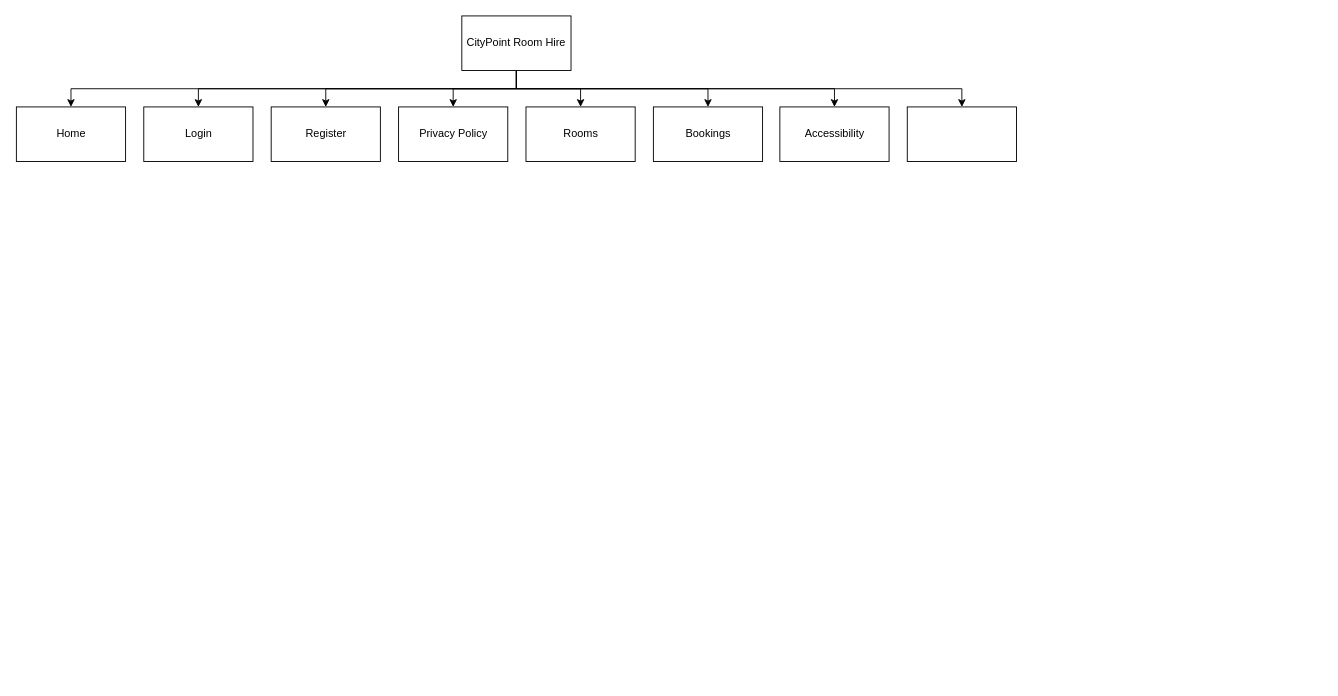
Above: Task 1b/sitemap.drawio in demarcodavinci/mockexamjan (draw.io), before the change. Source tidied: cells renumbered, new cells numbered last; positions are measured from the earlier drawing's top-left corner, leaving out a move shared by most shapes. Both pictures are drawn from the tidied source at 91%, with x=0, y=0 at pixel (16, 15).
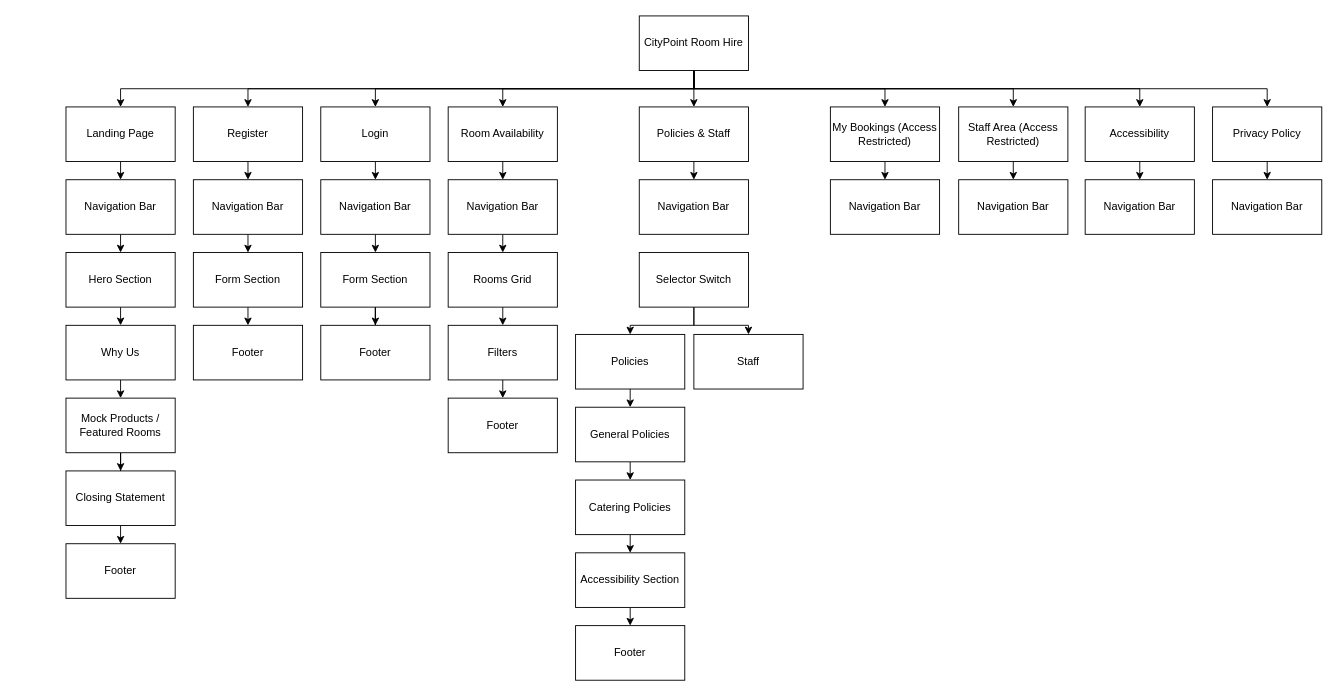
The same page after the edit.

The edit, as a diff of the source:
```diff
@@
-    <mxCell id="3" style="edgeStyle=orthogonalEdgeStyle;rounded=0;jettySize=auto;html=1;exitX=0.5;exitY=1;exitDx=0;exitDy=0;" parent="1" edge="1" source="10" target="12">
-      <mxGeometry relative="1" as="geometry" />
-    </mxCell>
@@
+    <mxCell id="19" style="edgeStyle=orthogonalEdgeStyle;rounded=0;jettySize=auto;html=1;exitX=0.5;exitY=1;exitDx=0;exitDy=0;entryX=0.5;entryY=0;entryDx=0;entryDy=0;" parent="1" edge="1" source="10" target="29">
+      <mxGeometry relative="1" as="geometry" />
+    </mxCell>
+    <mxCell id="20" style="edgeStyle=orthogonalEdgeStyle;rounded=0;jettySize=auto;html=1;exitX=0.5;exitY=1;exitDx=0;exitDy=0;" parent="1" edge="1" source="10" target="31">
+      <mxGeometry relative="1" as="geometry" />
+    </mxCell>
     <mxCell id="10" value="CityPoint Room Hire" style="rounded=0;whiteSpace=wrap;html=1;" parent="1" vertex="1">
-      <mxGeometry x="489" width="120" height="60" as="geometry" />
+      <mxGeometry x="684" width="120" height="60" as="geometry" />
     </mxCell>
+    <mxCell id="21" style="edgeStyle=orthogonalEdgeStyle;rounded=0;jettySize=auto;html=1;exitX=0.5;exitY=1;exitDx=0;exitDy=0;entryX=0.5;entryY=0;entryDx=0;entryDy=0;" parent="1" edge="1" source="11" target="33">
+      <mxGeometry relative="1" as="geometry" />
+    </mxCell>
-    <mxCell id="11" value="Home" style="rounded=0;whiteSpace=wrap;html=1;" parent="1" vertex="1">
-      <mxGeometry x="-0.5" y="100" width="120" height="60" as="geometry" />
+    <mxCell id="11" value="Landing Page" style="rounded=0;whiteSpace=wrap;html=1;" parent="1" vertex="1">
+      <mxGeometry x="54" y="100" width="120" height="60" as="geometry" />
     </mxCell>
-    <mxCell id="12" value="Login" style="rounded=0;whiteSpace=wrap;html=1;" parent="1" vertex="1">
-      <mxGeometry x="139.5" y="100" width="120" height="60" as="geometry" />
-    </mxCell>
+    <mxCell id="22" style="edgeStyle=orthogonalEdgeStyle;rounded=0;jettySize=auto;html=1;exitX=0.5;exitY=1;exitDx=0;exitDy=0;entryX=0.5;entryY=0;entryDx=0;entryDy=0;" parent="1" edge="1" source="13" target="35">
+      <mxGeometry relative="1" as="geometry" />
+    </mxCell>
     <mxCell id="13" value="Register" style="rounded=0;whiteSpace=wrap;html=1;" parent="1" vertex="1">
-      <mxGeometry x="279.5" y="100" width="120" height="60" as="geometry" />
+      <mxGeometry x="194" y="100" width="120" height="60" as="geometry" />
     </mxCell>
+    <mxCell id="23" style="edgeStyle=orthogonalEdgeStyle;rounded=0;jettySize=auto;html=1;exitX=0.5;exitY=1;exitDx=0;exitDy=0;entryX=0.5;entryY=0;entryDx=0;entryDy=0;" parent="1" edge="1" source="14" target="37">
+      <mxGeometry relative="1" as="geometry" />
+    </mxCell>
-    <mxCell id="14" value="Privacy Policy" style="rounded=0;whiteSpace=wrap;html=1;" parent="1" vertex="1">
-      <mxGeometry x="419.5" y="100" width="120" height="60" as="geometry" />
+    <mxCell id="14" value="Login" style="rounded=0;whiteSpace=wrap;html=1;" parent="1" vertex="1">
+      <mxGeometry x="334" y="100" width="120" height="60" as="geometry" />
     </mxCell>
+    <mxCell id="24" style="edgeStyle=orthogonalEdgeStyle;rounded=0;jettySize=auto;html=1;exitX=0.5;exitY=1;exitDx=0;exitDy=0;entryX=0.5;entryY=0;entryDx=0;entryDy=0;" parent="1" edge="1" source="15" target="39">
+      <mxGeometry relative="1" as="geometry" />
+    </mxCell>
-    <mxCell id="15" value="Rooms" style="rounded=0;whiteSpace=wrap;html=1;" parent="1" vertex="1">
-      <mxGeometry x="559.5" y="100" width="120" height="60" as="geometry" />
+    <mxCell id="15" value="Room Availability" style="rounded=0;whiteSpace=wrap;html=1;" parent="1" vertex="1">
+      <mxGeometry x="474" y="100" width="120" height="60" as="geometry" />
     </mxCell>
+    <mxCell id="25" style="edgeStyle=orthogonalEdgeStyle;rounded=0;jettySize=auto;html=1;exitX=0.5;exitY=1;exitDx=0;exitDy=0;entryX=0.5;entryY=0;entryDx=0;entryDy=0;" parent="1" edge="1" source="16" target="41">
+      <mxGeometry relative="1" as="geometry" />
+    </mxCell>
-    <mxCell id="16" value="Bookings" style="rounded=0;whiteSpace=wrap;html=1;" parent="1" vertex="1">
-      <mxGeometry x="699.5" y="100" width="120" height="60" as="geometry" />
+    <mxCell id="16" value="My Bookings (Access Restricted)" style="rounded=0;whiteSpace=wrap;html=1;" parent="1" vertex="1">
+      <mxGeometry x="894" y="100" width="120" height="60" as="geometry" />
     </mxCell>
+    <mxCell id="26" style="edgeStyle=orthogonalEdgeStyle;rounded=0;jettySize=auto;html=1;exitX=0.5;exitY=1;exitDx=0;exitDy=0;entryX=0.5;entryY=0;entryDx=0;entryDy=0;" parent="1" edge="1" source="17" target="43">
+      <mxGeometry relative="1" as="geometry" />
+    </mxCell>
     <mxCell id="17" value="Accessibility" style="rounded=0;whiteSpace=wrap;html=1;" parent="1" vertex="1">
-      <mxGeometry x="838.5" y="100" width="120" height="60" as="geometry" />
+      <mxGeometry x="1174" y="100" width="120" height="60" as="geometry" />
     </mxCell>
+    <mxCell id="27" style="edgeStyle=orthogonalEdgeStyle;rounded=0;jettySize=auto;html=1;exitX=0.5;exitY=1;exitDx=0;exitDy=0;entryX=0.5;entryY=0;entryDx=0;entryDy=0;" parent="1" edge="1" source="18" target="44">
+      <mxGeometry relative="1" as="geometry" />
+    </mxCell>
-    <mxCell id="18" style="rounded=0;whiteSpace=wrap;html=1;" parent="1" vertex="1">
-      <mxGeometry x="978.5" y="100" width="120" height="60" as="geometry" />
+    <mxCell id="18" value="Privacy Policy" style="rounded=0;whiteSpace=wrap;html=1;" parent="1" vertex="1">
+      <mxGeometry x="1314" y="100" width="120" height="60" as="geometry" />
     </mxCell>
+    <mxCell id="28" style="edgeStyle=orthogonalEdgeStyle;rounded=0;jettySize=auto;html=1;exitX=0.5;exitY=1;exitDx=0;exitDy=0;entryX=0.5;entryY=0;entryDx=0;entryDy=0;" parent="1" edge="1" source="29" target="40">
+      <mxGeometry relative="1" as="geometry" />
+    </mxCell>
+    <mxCell id="29" value="Policies &amp;amp; Staff" style="rounded=0;whiteSpace=wrap;html=1;" parent="1" vertex="1">
+      <mxGeometry x="684" y="100" width="120" height="60" as="geometry" />
+    </mxCell>
+    <mxCell id="30" style="edgeStyle=orthogonalEdgeStyle;rounded=0;jettySize=auto;html=1;exitX=0.5;exitY=1;exitDx=0;exitDy=0;entryX=0.5;entryY=0;entryDx=0;entryDy=0;" parent="1" edge="1" source="31" target="42">
+      <mxGeometry relative="1" as="geometry" />
+    </mxCell>
+    <mxCell id="31" value="Staff Area (Access Restricted)" style="rounded=0;whiteSpace=wrap;html=1;" parent="1" vertex="1">
+      <mxGeometry x="1035" y="100" width="120" height="60" as="geometry" />
+    </mxCell>
+    <mxCell id="32" style="edgeStyle=orthogonalEdgeStyle;rounded=0;jettySize=auto;html=1;exitX=0.5;exitY=1;exitDx=0;exitDy=0;entryX=0.5;entryY=0;entryDx=0;entryDy=0;" parent="1" edge="1" source="33" target="46">
+      <mxGeometry relative="1" as="geometry" />
+    </mxCell>
+    <mxCell id="33" value="Navigation Bar" style="rounded=0;whiteSpace=wrap;html=1;" parent="1" vertex="1">
+      <mxGeometry x="54" y="180" width="120" height="60" as="geometry" />
+    </mxCell>
+    <mxCell id="34" style="edgeStyle=orthogonalEdgeStyle;rounded=0;jettySize=auto;html=1;exitX=0.5;exitY=1;exitDx=0;exitDy=0;entryX=0.5;entryY=0;entryDx=0;entryDy=0;" parent="1" edge="1" source="35" target="55">
+      <mxGeometry relative="1" as="geometry" />
+    </mxCell>
+    <mxCell id="35" value="Navigation Bar" style="rounded=0;whiteSpace=wrap;html=1;" parent="1" vertex="1">
+      <mxGeometry x="194" y="180" width="120" height="60" as="geometry" />
+    </mxCell>
+    <mxCell id="36" style="edgeStyle=orthogonalEdgeStyle;rounded=0;jettySize=auto;html=1;exitX=0.5;exitY=1;exitDx=0;exitDy=0;entryX=0.5;entryY=0;entryDx=0;entryDy=0;" parent="1" edge="1" source="37" target="58">
+      <mxGeometry relative="1" as="geometry" />
+    </mxCell>
+    <mxCell id="37" value="Navigation Bar" style="rounded=0;whiteSpace=wrap;html=1;" parent="1" vertex="1">
+      <mxGeometry x="334" y="180" width="120" height="60" as="geometry" />
+    </mxCell>
+    <mxCell id="38" style="edgeStyle=orthogonalEdgeStyle;rounded=0;jettySize=auto;html=1;exitX=0.5;exitY=1;exitDx=0;exitDy=0;entryX=0.5;entryY=0;entryDx=0;entryDy=0;" parent="1" edge="1" source="39" target="61">
+      <mxGeometry relative="1" as="geometry" />
+    </mxCell>
+    <mxCell id="39" value="Navigation Bar" style="rounded=0;whiteSpace=wrap;html=1;" parent="1" vertex="1">
+      <mxGeometry x="474" y="180" width="120" height="60" as="geometry" />
+    </mxCell>
+    <mxCell id="40" value="Navigation Bar" style="rounded=0;whiteSpace=wrap;html=1;" parent="1" vertex="1">
+      <mxGeometry x="684" y="180" width="120" height="60" as="geometry" />
+    </mxCell>
+    <mxCell id="41" value="Navigation Bar" style="rounded=0;whiteSpace=wrap;html=1;" parent="1" vertex="1">
+      <mxGeometry x="894" y="180" width="120" height="60" as="geometry" />
+    </mxCell>
+    <mxCell id="42" value="Navigation Bar" style="rounded=0;whiteSpace=wrap;html=1;" parent="1" vertex="1">
+      <mxGeometry x="1035" y="180" width="120" height="60" as="geometry" />
+    </mxCell>
+    <mxCell id="43" value="Navigation Bar" style="rounded=0;whiteSpace=wrap;html=1;" parent="1" vertex="1">
+      <mxGeometry x="1174" y="180" width="120" height="60" as="geometry" />
+    </mxCell>
+    <mxCell id="44" value="Navigation Bar" style="rounded=0;whiteSpace=wrap;html=1;" parent="1" vertex="1">
+      <mxGeometry x="1314" y="180" width="120" height="60" as="geometry" />
+    </mxCell>
+    <mxCell id="45" style="edgeStyle=orthogonalEdgeStyle;rounded=0;jettySize=auto;html=1;exitX=0.5;exitY=1;exitDx=0;exitDy=0;entryX=0.5;entryY=0;entryDx=0;entryDy=0;" parent="1" edge="1" source="46" target="48">
+      <mxGeometry relative="1" as="geometry" />
+    </mxCell>
+    <mxCell id="46" value="Hero Section" style="rounded=0;whiteSpace=wrap;html=1;" parent="1" vertex="1">
+      <mxGeometry x="54" y="260" width="120" height="60" as="geometry" />
+    </mxCell>
+    <mxCell id="47" style="edgeStyle=orthogonalEdgeStyle;rounded=0;jettySize=auto;html=1;exitX=0.5;exitY=1;exitDx=0;exitDy=0;entryX=0.5;entryY=0;entryDx=0;entryDy=0;" parent="1" edge="1" source="48" target="50">
+      <mxGeometry relative="1" as="geometry" />
+    </mxCell>
+    <mxCell id="48" value="Why Us" style="rounded=0;whiteSpace=wrap;html=1;" parent="1" vertex="1">
+      <mxGeometry x="54" y="340" width="120" height="60" as="geometry" />
+    </mxCell>
+    <mxCell id="49" style="edgeStyle=orthogonalEdgeStyle;rounded=0;jettySize=auto;html=1;exitX=0.5;exitY=1;exitDx=0;exitDy=0;" parent="1" edge="1" source="50" target="52">
+      <mxGeometry relative="1" as="geometry" />
+    </mxCell>
+    <mxCell id="50" value="Mock Products / Featured Rooms" style="rounded=0;whiteSpace=wrap;html=1;" parent="1" vertex="1">
+      <mxGeometry x="54" y="420" width="120" height="60" as="geometry" />
+    </mxCell>
+    <mxCell id="51" style="edgeStyle=orthogonalEdgeStyle;rounded=0;jettySize=auto;html=1;exitX=0.5;exitY=1;exitDx=0;exitDy=0;entryX=0.5;entryY=0;entryDx=0;entryDy=0;" parent="1" edge="1" source="52" target="53">
+      <mxGeometry relative="1" as="geometry" />
+    </mxCell>
+    <mxCell id="52" value="Closing Statement" style="rounded=0;whiteSpace=wrap;html=1;" parent="1" vertex="1">
+      <mxGeometry x="54" y="500" width="120" height="60" as="geometry" />
+    </mxCell>
+    <mxCell id="53" value="Footer" style="rounded=0;whiteSpace=wrap;html=1;" parent="1" vertex="1">
+      <mxGeometry x="54" y="580" width="120" height="60" as="geometry" />
+    </mxCell>
+    <mxCell id="54" style="edgeStyle=orthogonalEdgeStyle;rounded=0;jettySize=auto;html=1;exitX=0.5;exitY=1;exitDx=0;exitDy=0;entryX=0.5;entryY=0;entryDx=0;entryDy=0;" parent="1" edge="1" source="55" target="56">
+      <mxGeometry relative="1" as="geometry" />
+    </mxCell>
+    <mxCell id="55" value="Form Section" style="rounded=0;whiteSpace=wrap;html=1;" parent="1" vertex="1">
+      <mxGeometry x="194" y="260" width="120" height="60" as="geometry" />
+    </mxCell>
+    <mxCell id="56" value="Footer" style="rounded=0;whiteSpace=wrap;html=1;" parent="1" vertex="1">
+      <mxGeometry x="194" y="340" width="120" height="60" as="geometry" />
+    </mxCell>
+    <mxCell id="57" style="edgeStyle=orthogonalEdgeStyle;rounded=0;jettySize=auto;html=1;exitX=0.5;exitY=1;exitDx=0;exitDy=0;" parent="1" edge="1" source="58" target="59">
+      <mxGeometry relative="1" as="geometry" />
+    </mxCell>
+    <mxCell id="58" value="Form Section" style="rounded=0;whiteSpace=wrap;html=1;" parent="1" vertex="1">
+      <mxGeometry x="334" y="260" width="120" height="60" as="geometry" />
+    </mxCell>
+    <mxCell id="59" value="Footer" style="rounded=0;whiteSpace=wrap;html=1;" parent="1" vertex="1">
+      <mxGeometry x="334" y="340" width="120" height="60" as="geometry" />
+    </mxCell>
+    <mxCell id="60" style="edgeStyle=orthogonalEdgeStyle;rounded=0;jettySize=auto;html=1;exitX=0.5;exitY=1;exitDx=0;exitDy=0;entryX=0.5;entryY=0;entryDx=0;entryDy=0;" parent="1" edge="1" source="61" target="63">
+      <mxGeometry relative="1" as="geometry" />
+    </mxCell>
+    <mxCell id="61" value="Rooms Grid" style="rounded=0;whiteSpace=wrap;html=1;" parent="1" vertex="1">
+      <mxGeometry x="474" y="260" width="120" height="60" as="geometry" />
+    </mxCell>
+    <mxCell id="62" style="edgeStyle=orthogonalEdgeStyle;rounded=0;jettySize=auto;html=1;exitX=0.5;exitY=1;exitDx=0;exitDy=0;entryX=0.5;entryY=0;entryDx=0;entryDy=0;" parent="1" edge="1" source="63" target="64">
+      <mxGeometry relative="1" as="geometry" />
+    </mxCell>
+    <mxCell id="63" value="Filters" style="rounded=0;whiteSpace=wrap;html=1;" parent="1" vertex="1">
+      <mxGeometry x="474" y="340" width="120" height="60" as="geometry" />
+    </mxCell>
+    <mxCell id="64" value="Footer" style="rounded=0;whiteSpace=wrap;html=1;" parent="1" vertex="1">
+      <mxGeometry x="474" y="420" width="120" height="60" as="geometry" />
+    </mxCell>
+    <mxCell id="65" style="edgeStyle=orthogonalEdgeStyle;rounded=0;jettySize=auto;html=1;exitX=0.5;exitY=1;exitDx=0;exitDy=0;entryX=0.5;entryY=0;entryDx=0;entryDy=0;" parent="1" edge="1" source="67" target="69">
+      <mxGeometry relative="1" as="geometry" />
+    </mxCell>
+    <mxCell id="66" style="edgeStyle=orthogonalEdgeStyle;rounded=0;jettySize=auto;html=1;exitX=0.5;exitY=1;exitDx=0;exitDy=0;entryX=0.5;entryY=0;entryDx=0;entryDy=0;" parent="1" edge="1" source="67" target="70">
+      <mxGeometry relative="1" as="geometry" />
+    </mxCell>
+    <mxCell id="67" value="Selector Switch" style="rounded=0;whiteSpace=wrap;html=1;" parent="1" vertex="1">
+      <mxGeometry x="684" y="260" width="120" height="60" as="geometry" />
+    </mxCell>
+    <mxCell id="68" style="edgeStyle=orthogonalEdgeStyle;rounded=0;jettySize=auto;html=1;exitX=0.5;exitY=1;exitDx=0;exitDy=0;entryX=0.5;entryY=0;entryDx=0;entryDy=0;" parent="1" edge="1" source="69" target="72">
+      <mxGeometry relative="1" as="geometry" />
+    </mxCell>
+    <mxCell id="69" value="Policies" style="rounded=0;whiteSpace=wrap;html=1;" parent="1" vertex="1">
+      <mxGeometry x="614" y="350" width="120" height="60" as="geometry" />
+    </mxCell>
+    <mxCell id="70" value="Staff" style="rounded=0;whiteSpace=wrap;html=1;" parent="1" vertex="1">
+      <mxGeometry x="744" y="350" width="120" height="60" as="geometry" />
+    </mxCell>
+    <mxCell id="71" style="edgeStyle=orthogonalEdgeStyle;rounded=0;jettySize=auto;html=1;exitX=0.5;exitY=1;exitDx=0;exitDy=0;entryX=0.5;entryY=0;entryDx=0;entryDy=0;" parent="1" edge="1" source="72" target="74">
+      <mxGeometry relative="1" as="geometry" />
+    </mxCell>
+    <mxCell id="72" value="General Policies" style="rounded=0;whiteSpace=wrap;html=1;" parent="1" vertex="1">
+      <mxGeometry x="614" y="430" width="120" height="60" as="geometry" />
+    </mxCell>
+    <mxCell id="73" style="edgeStyle=orthogonalEdgeStyle;rounded=0;jettySize=auto;html=1;exitX=0.5;exitY=1;exitDx=0;exitDy=0;entryX=0.5;entryY=0;entryDx=0;entryDy=0;" parent="1" edge="1" source="74" target="76">
+      <mxGeometry relative="1" as="geometry" />
+    </mxCell>
+    <mxCell id="74" value="Catering Policies" style="rounded=0;whiteSpace=wrap;html=1;" parent="1" vertex="1">
+      <mxGeometry x="614" y="510" width="120" height="60" as="geometry" />
+    </mxCell>
+    <mxCell id="75" style="edgeStyle=orthogonalEdgeStyle;rounded=0;jettySize=auto;html=1;exitX=0.5;exitY=1;exitDx=0;exitDy=0;entryX=0.5;entryY=0;entryDx=0;entryDy=0;" parent="1" edge="1" source="76" target="77">
+      <mxGeometry relative="1" as="geometry" />
+    </mxCell>
+    <mxCell id="76" value="Accessibility Section" style="rounded=0;whiteSpace=wrap;html=1;" parent="1" vertex="1">
+      <mxGeometry x="614" y="590" width="120" height="60" as="geometry" />
+    </mxCell>
+    <mxCell id="77" value="Footer" style="rounded=0;whiteSpace=wrap;html=1;" parent="1" vertex="1">
+      <mxGeometry x="614" y="670" width="120" height="60" as="geometry" />
+    </mxCell>
```
